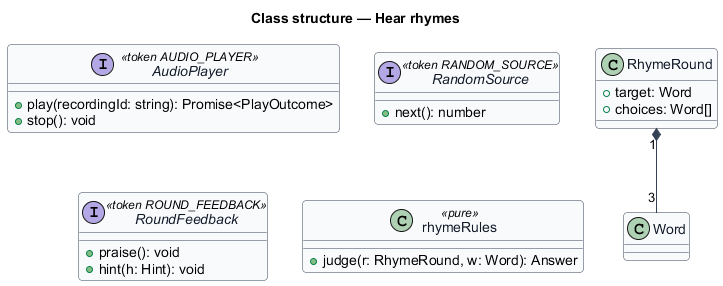
Above: docs/detailed-designs/sound-out/hear-rhymes/diagrams/class.png in QuinntyneBrown/pibbo (PlantUML), before the change. Its diagram source:
```plantuml
@startuml
skinparam backgroundColor #FFFFFF
skinparam shadowing false
skinparam roundcorner 8
skinparam defaultFontName Arial
skinparam ArrowColor #344054
skinparam class {
  BorderColor #344054
  FontColor #101828
  BackgroundColor #F9FAFB
}
title Class structure — Hear rhymes

interface AudioPlayer <<token AUDIO_PLAYER>> {
  +play(recordingId: string): Promise<PlayOutcome>
  +stop(): void
}
interface RandomSource <<token RANDOM_SOURCE>> {
  +next(): number
}
interface RoundFeedback <<token ROUND_FEEDBACK>> {
  +praise(): void
  +hint(h: Hint): void
}

class RhymeRound {
  +target: Word
  +choices: Word[]
}
class rhymeRules <<pure>> {
  +judge(r: RhymeRound, w: Word): Answer
}
RhymeRound "1" *-- "3" Word
@enduml
```
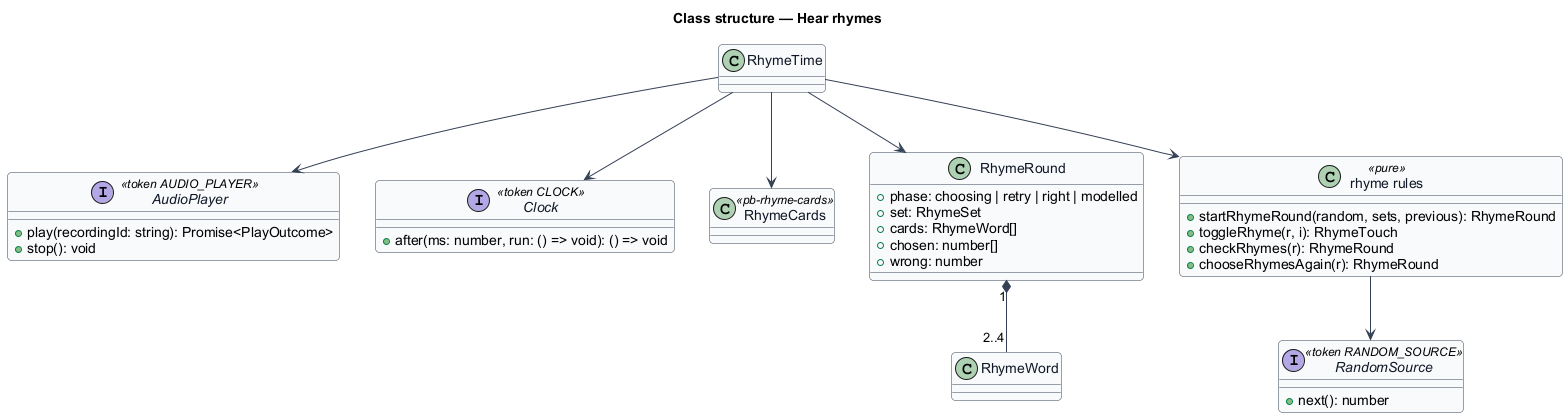
The same file after the commit.

Diff of the diagram source:
```diff
@@ -18,17 +18,30 @@
 interface RandomSource <<token RANDOM_SOURCE>> {
   +next(): number
 }
-interface RoundFeedback <<token ROUND_FEEDBACK>> {
-  +praise(): void
-  +hint(h: Hint): void
+interface Clock <<token CLOCK>> {
+  +after(ms: number, run: () => void): () => void
 }
 
+class RhymeTime
+class RhymeCards <<pb-rhyme-cards>>
 class RhymeRound {
-  +target: Word
-  +choices: Word[]
+  +phase: choosing | retry | right | modelled
+  +set: RhymeSet
+  +cards: RhymeWord[]
+  +chosen: number[]
+  +wrong: number
 }
-class rhymeRules <<pure>> {
-  +judge(r: RhymeRound, w: Word): Answer
+class "rhyme rules" as rules <<pure>> {
+  +startRhymeRound(random, sets, previous): RhymeRound
+  +toggleRhyme(r, i): RhymeTouch
+  +checkRhymes(r): RhymeRound
+  +chooseRhymesAgain(r): RhymeRound
 }
-RhymeRound "1" *-- "3" Word
+RhymeRound "1" *-- "2..4" RhymeWord
+RhymeTime --> RhymeCards
+RhymeTime --> rules
+RhymeTime --> RhymeRound
+RhymeTime --> AudioPlayer
+RhymeTime --> Clock
+rules --> RandomSource
 @enduml
```
